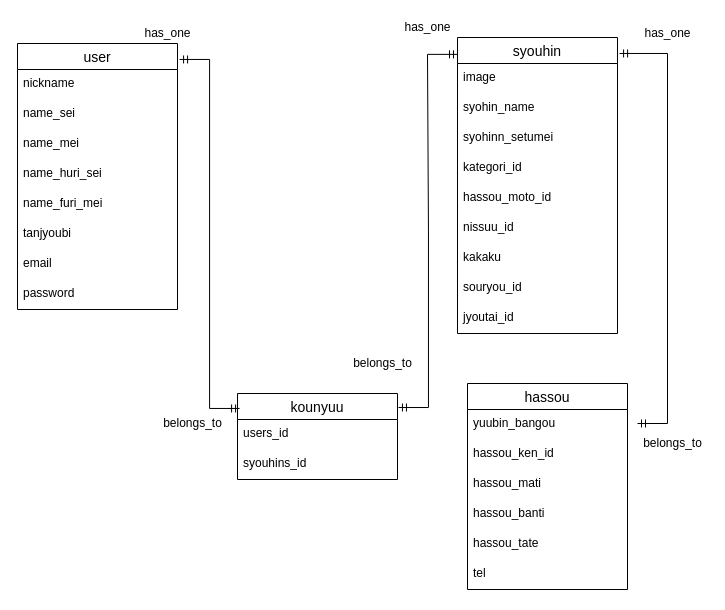
Earlier version of the draw.io diagram DB-ER.dio (nao-ogawara0445/furima-34540). Source tidied: cells renumbered, new cells numbered last; positions are measured from the earlier drawing's top-left corner, leaving out a move shared by most shapes. Both pictures are drawn from the tidied source at 100%, with x=0, y=0 at pixel (17, 17).
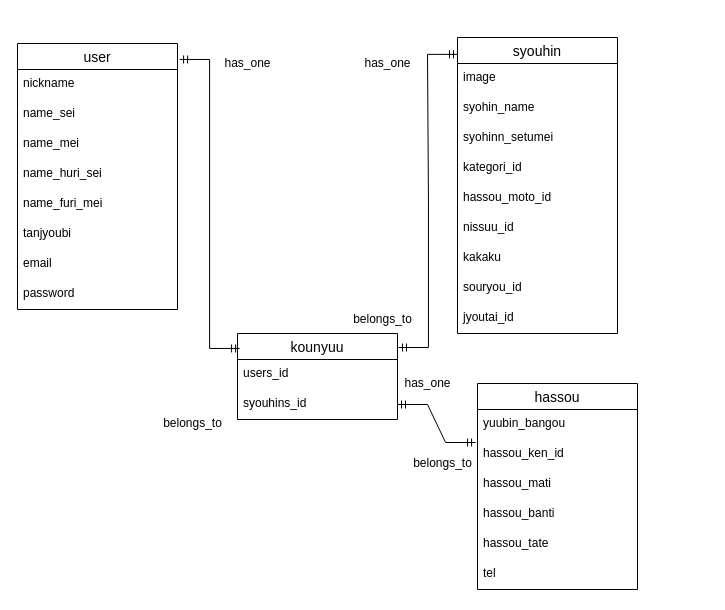
The same page after the edit.

Unchanged cells that the change refers to:
```xml
<mxCell id="11" value="syouhin" style="swimlane;fontStyle=0;horizontal=1;startSize=26;align=center;fontSize=14;" parent="1" vertex="1">
  <mxGeometry x="440" y="20" width="160" height="296" as="geometry" />
</mxCell>
<mxCell id="23" value="syouhins_id" style="text;strokeColor=none;fillColor=none;spacingLeft=4;spacingRight=4;overflow=hidden;points=[[0,0.5],[1,0.5]];portConstraint=eastwest;fontSize=12;" parent="21" vertex="1">
  <mxGeometry y="56" width="160" height="30" as="geometry" />
</mxCell>
<mxCell id="26" value="hassou_ken_id" style="text;strokeColor=none;fillColor=none;spacingLeft=4;spacingRight=4;overflow=hidden;points=[[0,0.5],[1,0.5]];portConstraint=eastwest;fontSize=12;" parent="24" vertex="1">
  <mxGeometry y="56" width="160" height="30" as="geometry" />
</mxCell>
```

Diff of the diagram source:
```diff
@@
     <mxCell id="21" value="kounyuu" style="swimlane;fontStyle=0;horizontal=1;startSize=26;align=center;fontSize=14;" parent="1" vertex="1">
-      <mxGeometry x="220" y="376" width="160" height="86" as="geometry" />
+      <mxGeometry x="220" y="316" width="160" height="86" as="geometry" />
     </mxCell>
@@
     <mxCell id="24" value="hassou" style="swimlane;fontStyle=0;horizontal=1;startSize=26;align=center;fontSize=14;" parent="1" vertex="1">
-      <mxGeometry x="450" y="366" width="160" height="206" as="geometry" />
+      <mxGeometry x="460" y="366" width="160" height="206" as="geometry" />
     </mxCell>
@@
     <mxCell id="31" value="has_one" style="text;html=1;align=center;verticalAlign=middle;" parent="1" vertex="1">
-      <mxGeometry x="120" y="6" width="60" height="20" as="geometry" />
+      <mxGeometry x="200" y="36" width="60" height="20" as="geometry" />
     </mxCell>
     <mxCell id="32" value="belongs_to" style="text;html=1;align=center;verticalAlign=middle;" parent="1" vertex="1">
-      <mxGeometry x="330" y="336" width="70" height="20" as="geometry" />
+      <mxGeometry x="330" y="292" width="70" height="20" as="geometry" />
     </mxCell>
-    <mxCell id="33" value="belongs_to" style="text;html=1;align=center;verticalAlign=middle;" parent="1" vertex="1">
-      <mxGeometry x="620" y="416" width="70" height="20" as="geometry" />
-    </mxCell>
@@
-    <mxCell id="37" style="edgeStyle=entityRelationEdgeStyle;fontSize=12;html=1;endArrow=ERmandOne;startArrow=ERmandOne;entryX=1.013;entryY=0.054;entryDx=0;entryDy=0;entryPerimeter=0;rounded=0;" parent="1" edge="1" target="11">
-      <mxGeometry relative="1" as="geometry">
-        <mxPoint x="620" y="406" as="sourcePoint" />
-      </mxGeometry>
-    </mxCell>
     <mxCell id="38" value="has_one" style="text;html=1;align=center;verticalAlign=middle;" parent="1" vertex="1">
-      <mxGeometry x="380" width="60" height="20" as="geometry" />
+      <mxGeometry x="340" y="36" width="60" height="20" as="geometry" />
     </mxCell>
+    <mxCell id="40" style="edgeStyle=entityRelationEdgeStyle;fontSize=12;html=1;endArrow=ERmandOne;startArrow=ERmandOne;exitX=1;exitY=0.5;exitDx=0;exitDy=0;rounded=0;entryX=-0.012;entryY=0.1;entryDx=0;entryDy=0;entryPerimeter=0;" parent="1" edge="1" source="23" target="26">
+      <mxGeometry relative="1" as="geometry" />
+    </mxCell>
     <mxCell id="39" value="has_one" style="text;html=1;align=center;verticalAlign=middle;" parent="1" vertex="1">
-      <mxGeometry x="620" y="6" width="60" height="20" as="geometry" />
+      <mxGeometry x="380" y="356" width="60" height="20" as="geometry" />
     </mxCell>
+    <mxCell id="33" value="belongs_to" style="text;html=1;align=center;verticalAlign=middle;" parent="1" vertex="1">
+      <mxGeometry x="390" y="436" width="70" height="20" as="geometry" />
+    </mxCell>
```
